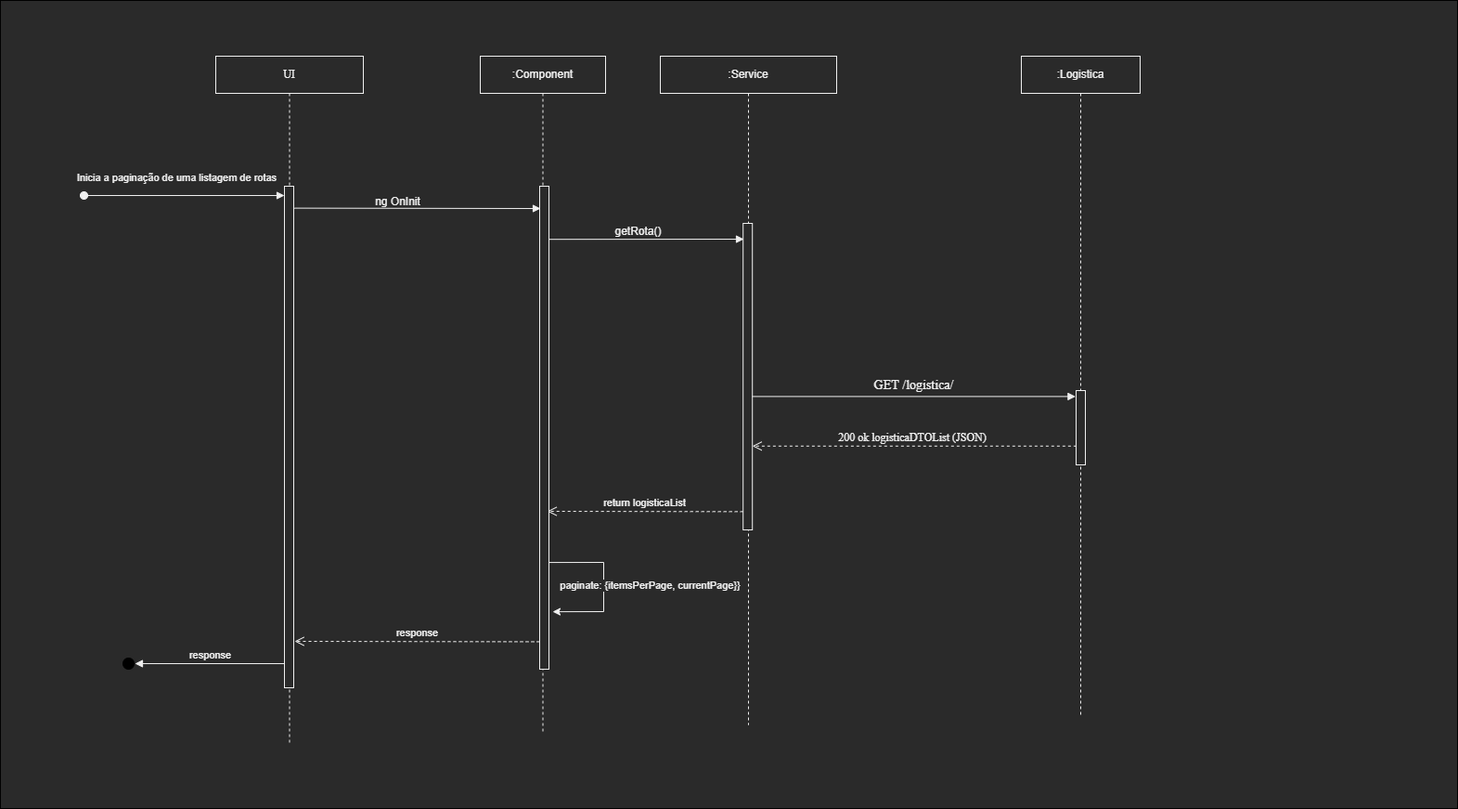
Above: Docs/SprintC/UC_L.2.2_SPA_PaginarRota/Nível #3-Vista Processo UC L.2.2.png in 1190624/S5_DA_02-Main (draw.io), before the change. Source tidied: cells renumbered, new cells last; positions are measured from the earlier drawing's top-left corner, leaving out a move shared by most shapes.
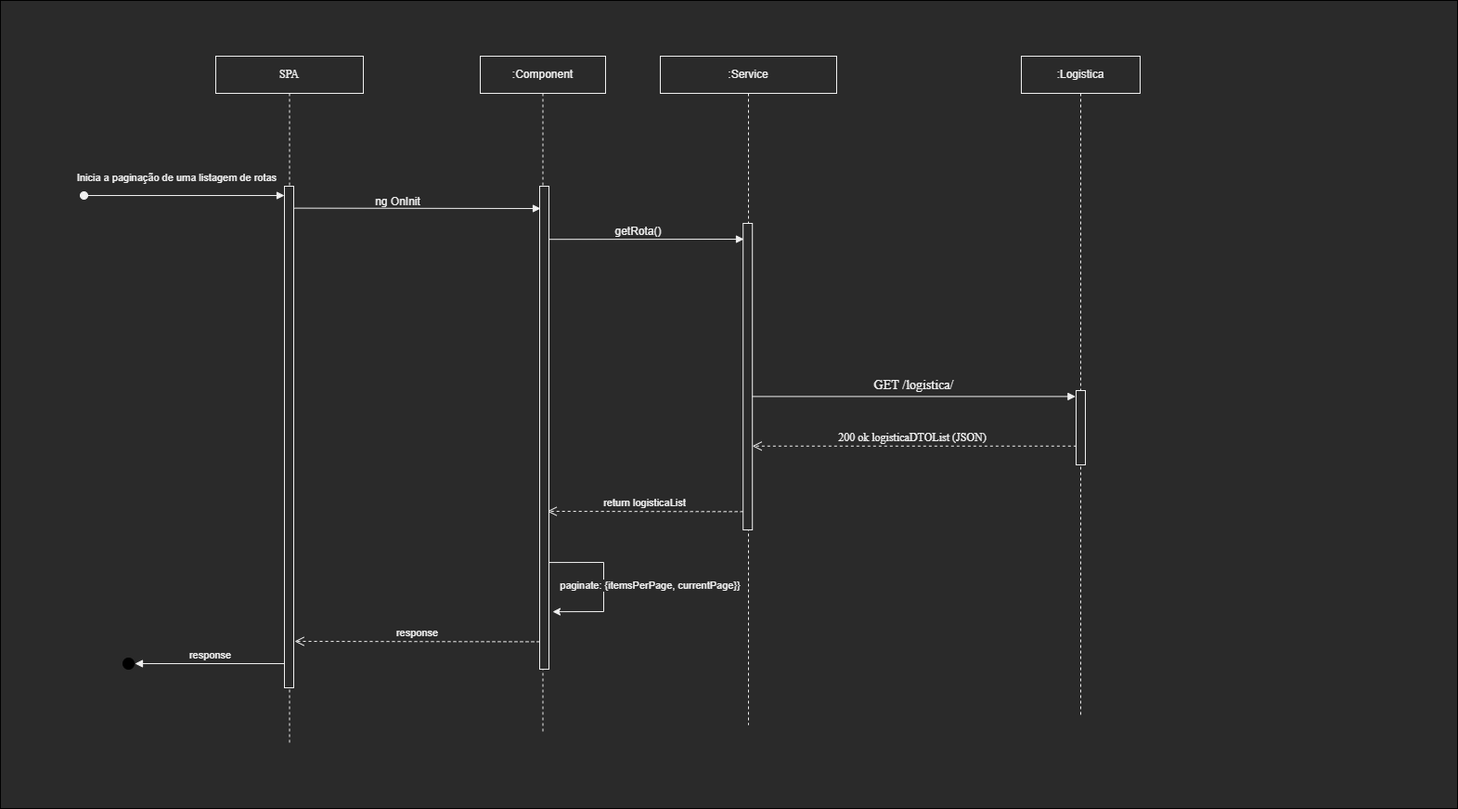
After the commit.

The edit, as a diff of the source:
```diff
@@ -28,7 +28,7 @@
         <mxPoint x="-121.8" y="490" as="targetPoint" />
       </mxGeometry>
     </mxCell>
-    <mxCell id="8" value="&lt;font face=&quot;Product Sans&quot;&gt;UI&lt;/font&gt;" style="shape=umlLifeline;perimeter=lifelinePerimeter;whiteSpace=wrap;html=1;" parent="1" vertex="1">
+    <mxCell id="8" value="&lt;font face=&quot;Product Sans&quot;&gt;SPA&lt;/font&gt;" style="shape=umlLifeline;perimeter=lifelinePerimeter;whiteSpace=wrap;html=1;" parent="1" vertex="1">
       <mxGeometry x="232" y="60" width="159" height="740" as="geometry" />
     </mxCell>
     <mxCell id="9" style="html=1;perimeter=orthogonalPerimeter;fontFamily=Product Sans;fontSize=12;" parent="8" vertex="1">
```
